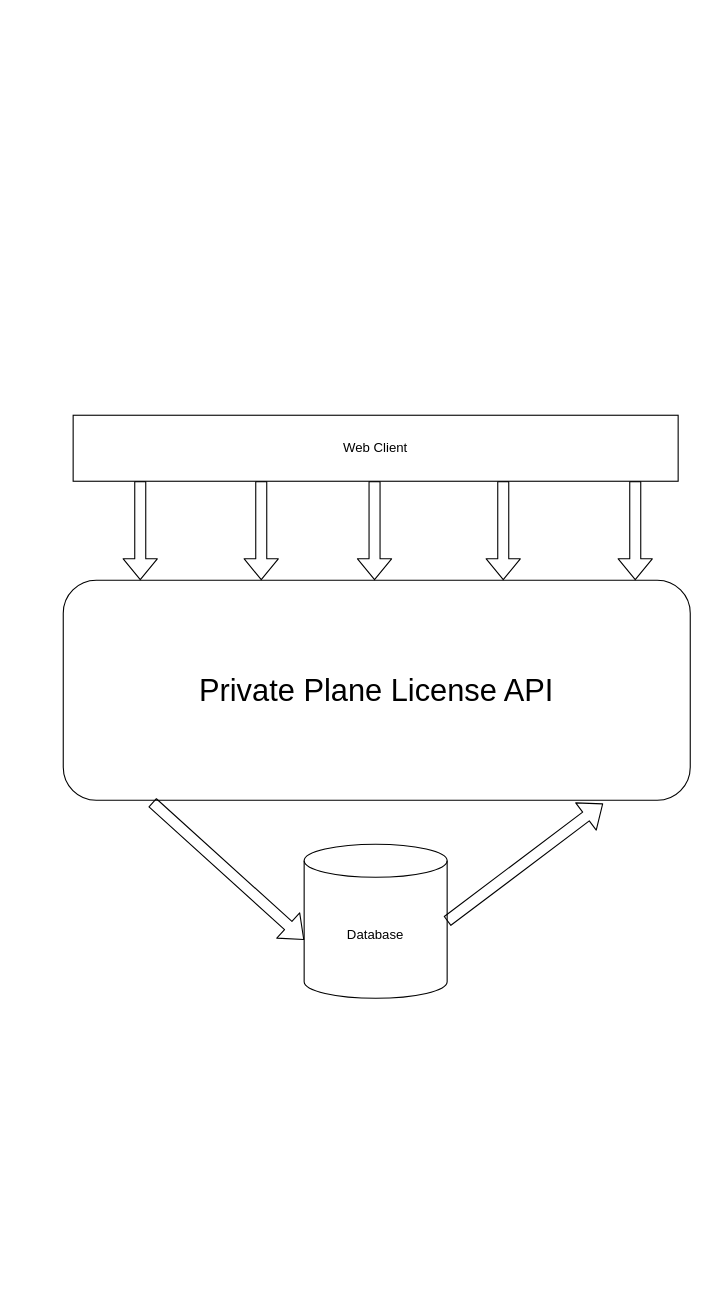
This is appendix_for_wiki/DL1/Main concepts.drawio from aleksilahti/PWP, a draw.io file, before an edit. Source tidied: cells renumbered, new cells numbered last; positions are measured from the earlier drawing's top-left corner, leaving out a move shared by most shapes. Both pictures are drawn from the tidied source at 110%, with x=0, y=0 at pixel (63, 415).
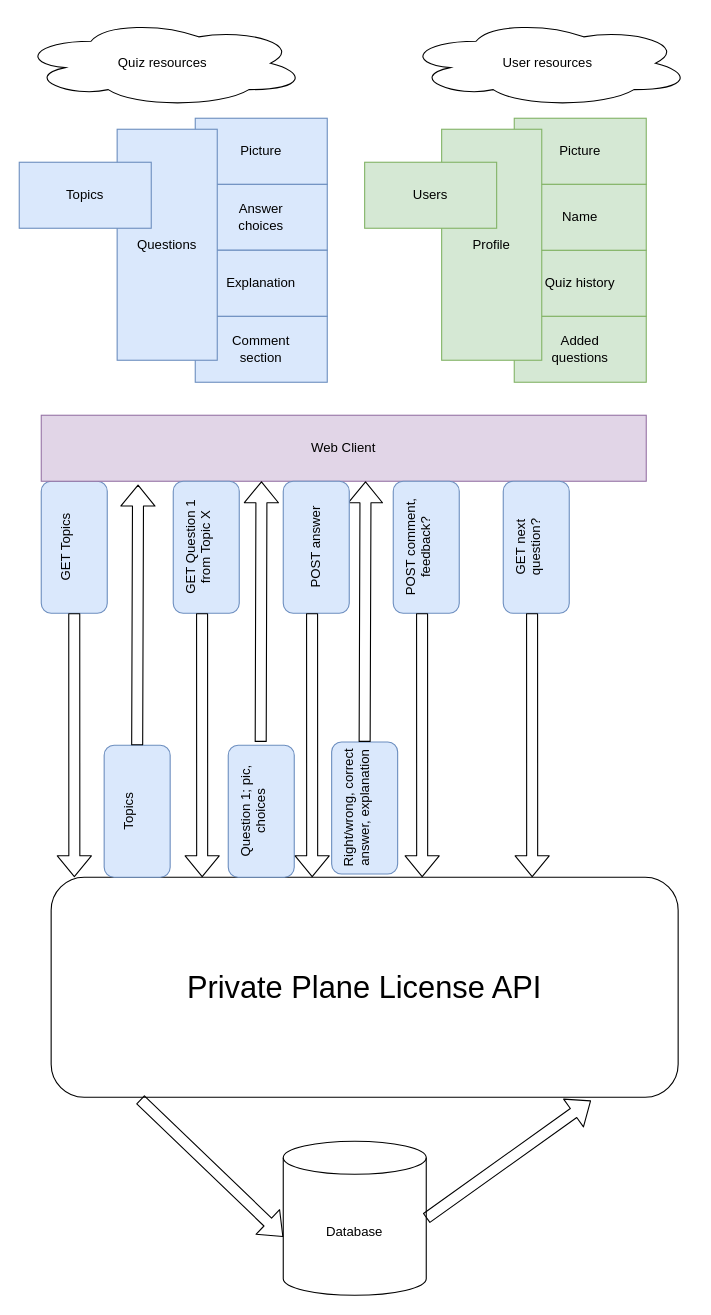
Above is the later version.

What changed in the source:
```diff
@@
+    <mxCell id="12" style="rounded=1;whiteSpace=wrap;html=1;rotation=-90;fillColor=#dae8fc;strokeColor=#6c8ebf;" parent="1" vertex="1">
+      <mxGeometry x="-50" y="90" width="120" height="60" as="geometry" />
+    </mxCell>
+    <mxCell id="13" value="Added &lt;br&gt;questions" style="rounded=0;whiteSpace=wrap;html=1;fillColor=#d5e8d4;strokeColor=#82b366;" parent="1" vertex="1">
+      <mxGeometry x="410" y="-90" width="120" height="60" as="geometry" />
+    </mxCell>
+    <mxCell id="14" value="Quiz history" style="rounded=0;whiteSpace=wrap;html=1;fillColor=#d5e8d4;strokeColor=#82b366;" parent="1" vertex="1">
+      <mxGeometry x="410" y="-150" width="120" height="60" as="geometry" />
+    </mxCell>
+    <mxCell id="15" value="Name" style="rounded=0;whiteSpace=wrap;html=1;fillColor=#d5e8d4;strokeColor=#82b366;" parent="1" vertex="1">
+      <mxGeometry x="410" y="-210" width="120" height="60" as="geometry" />
+    </mxCell>
+    <mxCell id="16" value="&lt;div&gt;Comment &lt;br&gt;&lt;/div&gt;&lt;div&gt;section&lt;/div&gt;" style="rounded=0;whiteSpace=wrap;html=1;fillColor=#dae8fc;strokeColor=#6c8ebf;" parent="1" vertex="1">
+      <mxGeometry x="120" y="-90" width="120" height="60" as="geometry" />
+    </mxCell>
     <mxCell id="2" value="&lt;font style=&quot;font-size: 28px&quot;&gt;Private Plane License API&lt;/font&gt;" style="rounded=1;whiteSpace=wrap;html=1;" parent="1" vertex="1">
-      <mxGeometry y="150" width="570" height="200" as="geometry" />
+      <mxGeometry x="-11" y="420" width="570" height="200" as="geometry" />
     </mxCell>
-    <mxCell id="3" value="Web Client" style="rounded=0;whiteSpace=wrap;html=1;" parent="1" vertex="1">
-      <mxGeometry x="9" width="550" height="60" as="geometry" />
+    <mxCell id="3" value="Web Client" style="rounded=0;whiteSpace=wrap;html=1;fillColor=#e1d5e7;strokeColor=#9673a6;" parent="1" vertex="1">
+      <mxGeometry x="-20" width="550" height="60" as="geometry" />
     </mxCell>
     <mxCell id="4" value="Database" style="shape=cylinder3;whiteSpace=wrap;html=1;boundedLbl=1;backgroundOutline=1;size=15;" parent="1" vertex="1">
-      <mxGeometry x="219" y="390" width="130" height="140" as="geometry" />
+      <mxGeometry x="200" y="660" width="130" height="140" as="geometry" />
     </mxCell>
@@
-    <mxCell id="7" style="shape=flexArrow;endArrow=classic;html=1;" parent="1" edge="1">
-      <mxGeometry relative="1" as="geometry">
-        <mxPoint x="70" y="60" as="sourcePoint" />
-        <mxPoint x="70" y="150" as="targetPoint" />
-      </mxGeometry>
-    </mxCell>
-    <mxCell id="8" style="shape=flexArrow;endArrow=classic;html=1;" parent="1" edge="1">
-      <mxGeometry relative="1" as="geometry">
-        <mxPoint x="180" y="60" as="sourcePoint" />
-        <mxPoint x="180" y="150" as="targetPoint" />
-      </mxGeometry>
-    </mxCell>
-    <mxCell id="9" style="shape=flexArrow;endArrow=classic;html=1;" parent="1" edge="1">
-      <mxGeometry relative="1" as="geometry">
-        <mxPoint x="283" y="60" as="sourcePoint" />
-        <mxPoint x="283" y="150" as="targetPoint" />
-      </mxGeometry>
-    </mxCell>
-    <mxCell id="10" style="shape=flexArrow;endArrow=classic;html=1;" parent="1" edge="1">
-      <mxGeometry relative="1" as="geometry">
-        <mxPoint x="400" y="60" as="sourcePoint" />
-        <mxPoint x="400" y="150" as="targetPoint" />
-      </mxGeometry>
-    </mxCell>
-    <mxCell id="11" style="shape=flexArrow;endArrow=classic;html=1;" parent="1" edge="1">
-      <mxGeometry relative="1" as="geometry">
-        <mxPoint x="520" y="60" as="sourcePoint" />
-        <mxPoint x="520" y="150" as="targetPoint" />
-      </mxGeometry>
-    </mxCell>
+    <mxCell id="17" value="&lt;div&gt;&lt;br&gt;&lt;/div&gt;&lt;div&gt;Answer&lt;/div&gt;&lt;div&gt; choices&lt;/div&gt;&lt;div&gt;&lt;br&gt;&lt;/div&gt;" style="rounded=0;whiteSpace=wrap;html=1;fillColor=#dae8fc;strokeColor=#6c8ebf;" parent="1" vertex="1">
+      <mxGeometry x="120" y="-210" width="120" height="60" as="geometry" />
+    </mxCell>
+    <mxCell id="18" value="Picture" style="rounded=0;whiteSpace=wrap;html=1;fillColor=#dae8fc;strokeColor=#6c8ebf;" parent="1" vertex="1">
+      <mxGeometry x="120" y="-270" width="120" height="60" as="geometry" />
+    </mxCell>
+    <mxCell id="19" value="Explanation" style="rounded=0;whiteSpace=wrap;html=1;fillColor=#dae8fc;strokeColor=#6c8ebf;" parent="1" vertex="1">
+      <mxGeometry x="120" y="-150" width="120" height="60" as="geometry" />
+    </mxCell>
+    <mxCell id="20" value="Questions" style="rounded=0;whiteSpace=wrap;html=1;fillColor=#dae8fc;strokeColor=#6c8ebf;" parent="1" vertex="1">
+      <mxGeometry x="49" y="-260" width="91" height="210" as="geometry" />
+    </mxCell>
+    <mxCell id="21" value="Topics" style="rounded=0;whiteSpace=wrap;html=1;fillColor=#dae8fc;strokeColor=#6c8ebf;" parent="1" vertex="1">
+      <mxGeometry x="-40" y="-230" width="120" height="60" as="geometry" />
+    </mxCell>
+    <mxCell id="22" style="edgeStyle=orthogonalEdgeStyle;rounded=0;jettySize=auto;html=1;" parent="1" edge="1" source="23" target="25">
+      <mxGeometry relative="1" as="geometry" />
+    </mxCell>
+    <mxCell id="23" value="Picture" style="rounded=0;whiteSpace=wrap;html=1;fillColor=#d5e8d4;strokeColor=#82b366;" parent="1" vertex="1">
+      <mxGeometry x="410" y="-270" width="120" height="60" as="geometry" />
+    </mxCell>
+    <mxCell id="24" value="Profile" style="rounded=0;whiteSpace=wrap;html=1;fillColor=#d5e8d4;strokeColor=#82b366;" parent="1" vertex="1">
+      <mxGeometry x="344" y="-260" width="91" height="210" as="geometry" />
+    </mxCell>
+    <mxCell id="25" value="Users" style="rounded=0;whiteSpace=wrap;html=1;fillColor=#d5e8d4;strokeColor=#82b366;" parent="1" vertex="1">
+      <mxGeometry x="274" y="-230" width="120" height="60" as="geometry" />
+    </mxCell>
+    <mxCell id="26" value="Quiz resources" style="ellipse;shape=cloud;whiteSpace=wrap;html=1;" parent="1" vertex="1">
+      <mxGeometry x="-40" y="-360" width="261" height="80" as="geometry" />
+    </mxCell>
+    <mxCell id="27" value="User resources" style="ellipse;shape=cloud;whiteSpace=wrap;html=1;" parent="1" vertex="1">
+      <mxGeometry x="310" y="-360" width="261" height="80" as="geometry" />
+    </mxCell>
+    <mxCell id="28" value="&lt;div&gt;GET Topics&lt;/div&gt;&lt;div&gt;&lt;br&gt;&lt;/div&gt;" style="text;html=1;strokeColor=none;fillColor=none;align=center;verticalAlign=middle;whiteSpace=wrap;rounded=0;rotation=-90;" parent="1" vertex="1">
+      <mxGeometry x="-42.8" y="100" width="105.5" height="40" as="geometry" />
+    </mxCell>
+    <mxCell id="29" style="rounded=1;whiteSpace=wrap;html=1;rotation=-90;fillColor=#dae8fc;strokeColor=#6c8ebf;" parent="1" vertex="1">
+      <mxGeometry x="120" y="330" width="120" height="60" as="geometry" />
+    </mxCell>
+    <mxCell id="30" value="&lt;div&gt;Question 1; pic, choices&lt;/div&gt;&lt;div&gt;&lt;br&gt;&lt;/div&gt;" style="text;html=1;strokeColor=none;fillColor=none;align=center;verticalAlign=middle;whiteSpace=wrap;rounded=0;rotation=-90;" parent="1" vertex="1">
+      <mxGeometry x="127.2" y="340" width="105.5" height="40" as="geometry" />
+    </mxCell>
+    <mxCell id="31" style="rounded=1;whiteSpace=wrap;html=1;rotation=-90;fillColor=#dae8fc;strokeColor=#6c8ebf;" parent="1" vertex="1">
+      <mxGeometry x="70" y="90" width="120" height="60" as="geometry" />
+    </mxCell>
+    <mxCell id="32" value="&lt;div&gt;GET Question 1 from Topic X&lt;/div&gt;&lt;div&gt;&lt;br&gt;&lt;/div&gt;" style="text;html=1;strokeColor=none;fillColor=none;align=center;verticalAlign=middle;whiteSpace=wrap;rounded=0;rotation=-90;" parent="1" vertex="1">
+      <mxGeometry x="77.2" y="100" width="105.5" height="40" as="geometry" />
+    </mxCell>
+    <mxCell id="33" value="&lt;div&gt;Topics&lt;/div&gt;&lt;div&gt;&lt;br&gt;&lt;/div&gt;" style="rounded=1;whiteSpace=wrap;html=1;rotation=-90;fillColor=#dae8fc;strokeColor=#6c8ebf;" parent="1" vertex="1">
+      <mxGeometry x="7.2" y="330" width="120" height="60" as="geometry" />
+    </mxCell>
+    <mxCell id="34" style="shape=flexArrow;endArrow=classic;html=1;exitX=0;exitY=0.5;exitDx=0;exitDy=0;entryX=0.037;entryY=0;entryDx=0;entryDy=0;entryPerimeter=0;" parent="1" edge="1" source="12" target="2">
+      <mxGeometry relative="1" as="geometry" />
+    </mxCell>
+    <mxCell id="35" style="shape=flexArrow;endArrow=classic;html=1;exitX=1;exitY=0.5;exitDx=0;exitDy=0;entryX=0.16;entryY=1.05;entryDx=0;entryDy=0;entryPerimeter=0;" parent="1" edge="1" source="33" target="3">
+      <mxGeometry relative="1" as="geometry" />
+    </mxCell>
+    <mxCell id="36" style="shape=flexArrow;endArrow=classic;html=1;exitX=1;exitY=0.5;exitDx=0;exitDy=0;entryX=0.16;entryY=1.05;entryDx=0;entryDy=0;entryPerimeter=0;" parent="1" edge="1">
+      <mxGeometry relative="1" as="geometry">
+        <mxPoint x="179.5" y="297" as="sourcePoint" />
+        <mxPoint x="180.2" y="60" as="targetPoint" />
+      </mxGeometry>
+    </mxCell>
+    <mxCell id="37" style="shape=flexArrow;endArrow=classic;html=1;exitX=0;exitY=0.5;exitDx=0;exitDy=0;entryX=0.037;entryY=0;entryDx=0;entryDy=0;entryPerimeter=0;" parent="1" edge="1">
+      <mxGeometry relative="1" as="geometry">
+        <mxPoint x="126.2" y="180" as="sourcePoint" />
+        <mxPoint x="126.3" y="420" as="targetPoint" />
+      </mxGeometry>
+    </mxCell>
+    <mxCell id="38" value="&lt;div&gt;Right/wrong, correct answer, explanation&lt;br&gt;&lt;/div&gt;&lt;div&gt;&lt;br&gt;&lt;/div&gt;" style="rounded=1;whiteSpace=wrap;html=1;rotation=-90;fillColor=#dae8fc;strokeColor=#6c8ebf;" parent="1" vertex="1">
+      <mxGeometry x="214" y="327" width="120" height="60" as="geometry" />
+    </mxCell>
+    <mxCell id="39" style="shape=flexArrow;endArrow=classic;html=1;exitX=1;exitY=0.5;exitDx=0;exitDy=0;entryX=0.16;entryY=1.05;entryDx=0;entryDy=0;entryPerimeter=0;" parent="1" edge="1" source="38">
+      <mxGeometry relative="1" as="geometry">
+        <mxPoint x="274.8" y="60" as="targetPoint" />
+      </mxGeometry>
+    </mxCell>
+    <mxCell id="40" style="group;" parent="1" vertex="1">
+      <mxGeometry x="200" y="60" width="60" height="360" as="geometry" />
+    </mxCell>
+    <mxCell id="41" style="rounded=1;whiteSpace=wrap;html=1;rotation=-90;fillColor=#dae8fc;strokeColor=#6c8ebf;" parent="40" vertex="1">
+      <mxGeometry x="-30" y="30" width="120" height="60" as="geometry" />
+    </mxCell>
+    <mxCell id="42" value="POST answer" style="text;html=1;strokeColor=none;fillColor=none;align=center;verticalAlign=middle;whiteSpace=wrap;rounded=0;rotation=-90;" parent="40" vertex="1">
+      <mxGeometry x="-22.8" y="40" width="105.5" height="40" as="geometry" />
+    </mxCell>
+    <mxCell id="43" style="shape=flexArrow;endArrow=classic;html=1;exitX=0;exitY=0.5;exitDx=0;exitDy=0;entryX=0.037;entryY=0;entryDx=0;entryDy=0;entryPerimeter=0;" parent="40" edge="1">
+      <mxGeometry relative="1" as="geometry">
+        <mxPoint x="26.2" y="120" as="sourcePoint" />
+        <mxPoint x="26.3" y="360" as="targetPoint" />
+      </mxGeometry>
+    </mxCell>
+    <mxCell id="44" style="group;" parent="1" vertex="1">
+      <mxGeometry x="300" y="60" width="60" height="360" as="geometry" />
+    </mxCell>
+    <mxCell id="45" style="rounded=1;whiteSpace=wrap;html=1;rotation=-90;fillColor=#dae8fc;strokeColor=#6c8ebf;" parent="44" vertex="1">
+      <mxGeometry x="-30" y="30" width="120" height="60" as="geometry" />
+    </mxCell>
+    <mxCell id="46" value="&lt;div&gt;POST comment, feedback?&lt;/div&gt;&lt;div&gt;&lt;br&gt;&lt;/div&gt;" style="text;html=1;strokeColor=none;fillColor=none;align=center;verticalAlign=middle;whiteSpace=wrap;rounded=0;rotation=-90;" parent="44" vertex="1">
+      <mxGeometry x="-22.8" y="40" width="105.5" height="40" as="geometry" />
+    </mxCell>
+    <mxCell id="47" style="shape=flexArrow;endArrow=classic;html=1;exitX=0;exitY=0.5;exitDx=0;exitDy=0;entryX=0.037;entryY=0;entryDx=0;entryDy=0;entryPerimeter=0;" parent="44" edge="1">
+      <mxGeometry relative="1" as="geometry">
+        <mxPoint x="26.2" y="120" as="sourcePoint" />
+        <mxPoint x="26.3" y="360" as="targetPoint" />
+      </mxGeometry>
+    </mxCell>
+    <mxCell id="48" style="group;" parent="1" vertex="1">
+      <mxGeometry x="400" y="60" width="60" height="360" as="geometry" />
+    </mxCell>
+    <mxCell id="49" style="rounded=1;whiteSpace=wrap;html=1;rotation=-90;fillColor=#dae8fc;strokeColor=#6c8ebf;" parent="48" vertex="1">
+      <mxGeometry x="-30" y="30" width="120" height="60" as="geometry" />
+    </mxCell>
+    <mxCell id="50" value="&lt;div&gt;GET next question?&lt;/div&gt;&lt;div&gt;&lt;br&gt;&lt;/div&gt;" style="text;html=1;strokeColor=none;fillColor=none;align=center;verticalAlign=middle;whiteSpace=wrap;rounded=0;rotation=-90;" parent="48" vertex="1">
+      <mxGeometry x="-22.8" y="40" width="105.5" height="40" as="geometry" />
+    </mxCell>
+    <mxCell id="51" style="shape=flexArrow;endArrow=classic;html=1;exitX=0;exitY=0.5;exitDx=0;exitDy=0;entryX=0.037;entryY=0;entryDx=0;entryDy=0;entryPerimeter=0;" parent="48" edge="1">
+      <mxGeometry relative="1" as="geometry">
+        <mxPoint x="26.2" y="120" as="sourcePoint" />
+        <mxPoint x="26.3" y="360" as="targetPoint" />
+      </mxGeometry>
+    </mxCell>
```
